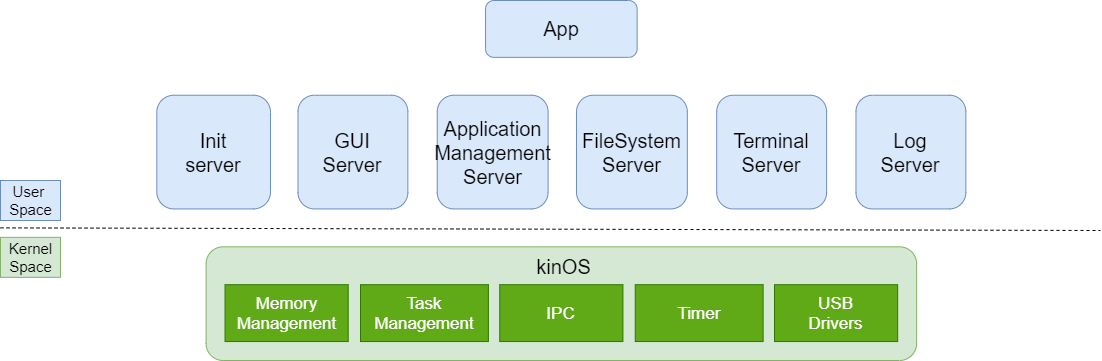
Above: content/posts/20211231/kinosarchit.drawio.png in kkinos/kinpokoblog (draw.io), before the change. Source tidied: cells renumbered, new cells last; positions are measured from the earlier drawing's top-left corner, leaving out a move shared by most shapes. The source it was exported from:
```xml
<mxGraphModel>
  <root>
    <mxCell id="0" />
    <mxCell id="1" parent="0" />
    <mxCell id="2" value="&lt;p style=&quot;line-height: 130%&quot;&gt;&lt;br&gt;&lt;/p&gt;" style="rounded=1;whiteSpace=wrap;html=1;fillColor=#d5e8d4;strokeColor=#82b366;" parent="1" vertex="1">
      <mxGeometry x="205.6" y="246.3" width="710.5" height="113.7" as="geometry" />
    </mxCell>
    <mxCell id="3" value="&lt;font style=&quot;font-size: 20px&quot;&gt;kinOS&lt;/font&gt;" style="text;html=1;align=center;verticalAlign=middle;fillColor=none;strokeColor=none;rounded=0;" parent="1" vertex="1">
      <mxGeometry x="527.7" y="255.8" width="70" height="20" as="geometry" />
    </mxCell>
    <mxCell id="4" value="&lt;font style=&quot;font-size: 17px&quot;&gt;Memory&lt;br&gt;Management&lt;/font&gt;" style="rounded=0;whiteSpace=wrap;html=1;fillColor=#60a917;strokeColor=#2D7600;fontColor=#ffffff;" parent="1" vertex="1">
      <mxGeometry x="224.5" y="284.2" width="123.2" height="56.8" as="geometry" />
    </mxCell>
    <mxCell id="5" value="&lt;font style=&quot;font-size: 17px&quot;&gt;Task&lt;br&gt;Management&lt;/font&gt;" style="rounded=0;whiteSpace=wrap;html=1;fillColor=#60a917;strokeColor=#2D7600;fontColor=#ffffff;" parent="1" vertex="1">
      <mxGeometry x="360" y="284.2" width="127.9" height="56.8" as="geometry" />
    </mxCell>
    <mxCell id="6" value="&lt;font style=&quot;font-size: 17px&quot;&gt;IPC&lt;/font&gt;" style="rounded=0;whiteSpace=wrap;html=1;fillColor=#60a917;strokeColor=#2D7600;fontColor=#ffffff;" parent="1" vertex="1">
      <mxGeometry x="499.3" y="284.2" width="123.2" height="56.8" as="geometry" />
    </mxCell>
    <mxCell id="7" value="&lt;font style=&quot;font-size: 17px&quot;&gt;USB&lt;br&gt;Drivers&lt;/font&gt;" style="rounded=0;whiteSpace=wrap;html=1;fillColor=#60a917;strokeColor=#2D7600;fontColor=#ffffff;" parent="1" vertex="1">
      <mxGeometry x="774" y="284.2" width="123.2" height="56.8" as="geometry" />
    </mxCell>
    <mxCell id="8" value="&lt;font style=&quot;font-size: 17px&quot;&gt;Timer&lt;/font&gt;" style="rounded=0;whiteSpace=wrap;html=1;fillColor=#60a917;strokeColor=#2D7600;fontColor=#ffffff;" parent="1" vertex="1">
      <mxGeometry x="634.7" y="284.2" width="127.9" height="56.8" as="geometry" />
    </mxCell>
    <mxCell id="9" style="endArrow=none;dashed=1;html=1;" parent="1" edge="1">
      <mxGeometry x="90" y="550" as="geometry">
        <mxPoint y="227.4" as="sourcePoint" />
        <mxPoint x="1100" y="230" as="targetPoint" />
      </mxGeometry>
    </mxCell>
    <mxCell id="10" value="&lt;font style=&quot;font-size: 15px&quot;&gt;Kernel&lt;br&gt;Space&lt;/font&gt;" style="text;html=1;align=center;verticalAlign=middle;strokeColor=#82b366;fillColor=#d5e8d4;" parent="1" vertex="1">
      <mxGeometry y="236.8" width="60" height="40" as="geometry" />
    </mxCell>
    <mxCell id="11" value="&lt;span style=&quot;font-size: 15px&quot;&gt;User &lt;br&gt;Space&lt;/span&gt;" style="text;html=1;align=center;verticalAlign=middle;strokeColor=#6c8ebf;fillColor=#dae8fc;" parent="1" vertex="1">
      <mxGeometry y="180" width="60" height="40" as="geometry" />
    </mxCell>
    <mxCell id="12" value="&lt;font style=&quot;font-size: 20px&quot;&gt;Init&lt;br&gt;server&lt;/font&gt;" style="rounded=1;whiteSpace=wrap;html=1;fillColor=#dae8fc;strokeColor=#6c8ebf;" parent="1" vertex="1">
      <mxGeometry x="156.3" y="94.7" width="113.7" height="113.7" as="geometry" />
    </mxCell>
    <mxCell id="13" value="&lt;font style=&quot;font-size: 20px&quot;&gt;FileSystem&lt;br&gt;Server&lt;/font&gt;" style="rounded=1;whiteSpace=wrap;html=1;fillColor=#dae8fc;strokeColor=#6c8ebf;" parent="1" vertex="1">
      <mxGeometry x="576" y="94.7" width="110.8" height="113.7" as="geometry" />
    </mxCell>
    <mxCell id="14" value="&lt;font style=&quot;font-size: 20px&quot;&gt;Application&lt;br&gt;Management&lt;br&gt;Server&lt;/font&gt;" style="rounded=1;whiteSpace=wrap;html=1;fillColor=#dae8fc;strokeColor=#6c8ebf;" parent="1" vertex="1">
      <mxGeometry x="436.7" y="94.7" width="110.8" height="113.7" as="geometry" />
    </mxCell>
    <mxCell id="15" value="&lt;span style=&quot;font-size: 20px&quot;&gt;Terminal&lt;br&gt;Server&lt;br&gt;&lt;/span&gt;" style="rounded=1;whiteSpace=wrap;html=1;fillColor=#dae8fc;strokeColor=#6c8ebf;" parent="1" vertex="1">
      <mxGeometry x="716.2" y="94.7" width="109.9" height="113.7" as="geometry" />
    </mxCell>
    <mxCell id="16" value="&lt;span style=&quot;font-size: 20px&quot;&gt;Log&lt;br&gt;Server&lt;br&gt;&lt;/span&gt;" style="rounded=1;whiteSpace=wrap;html=1;fillColor=#dae8fc;strokeColor=#6c8ebf;" parent="1" vertex="1">
      <mxGeometry x="855.5" y="94.7" width="109.9" height="113.7" as="geometry" />
    </mxCell>
    <mxCell id="17" value="&lt;span style=&quot;font-size: 20px&quot;&gt;GUI&lt;br&gt;Server&lt;br&gt;&lt;/span&gt;" style="rounded=1;whiteSpace=wrap;html=1;fillColor=#dae8fc;strokeColor=#6c8ebf;" parent="1" vertex="1">
      <mxGeometry x="297.5" y="94.7" width="109.9" height="113.7" as="geometry" />
    </mxCell>
    <mxCell id="18" value="&lt;span style=&quot;font-size: 20px&quot;&gt;App&lt;/span&gt;" style="rounded=1;whiteSpace=wrap;html=1;fillColor=#dae8fc;strokeColor=#6c8ebf;" parent="1" vertex="1">
      <mxGeometry x="485.1" width="151.6" height="56.8" as="geometry" />
    </mxCell>
  </root>
</mxGraphModel>
```
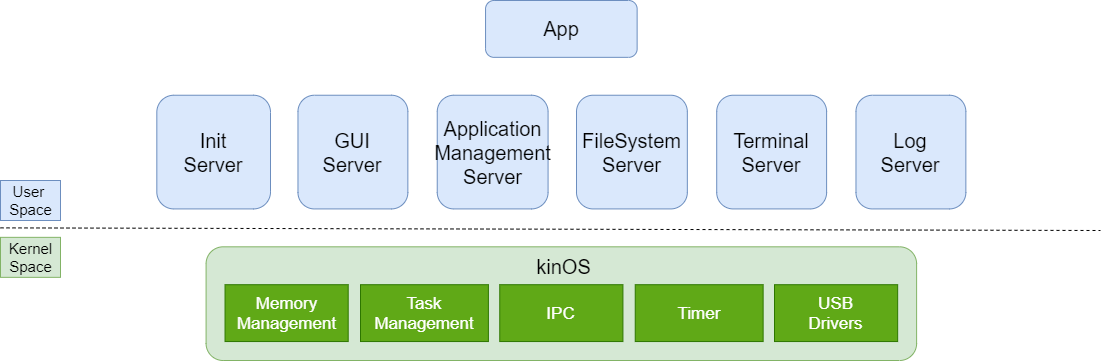
After the commit.

The edit, as a diff of the source:
```diff
@@ -35,7 +35,7 @@
     <mxCell id="11" value="&lt;span style=&quot;font-size: 15px&quot;&gt;User &lt;br&gt;Space&lt;/span&gt;" style="text;html=1;align=center;verticalAlign=middle;strokeColor=#6c8ebf;fillColor=#dae8fc;" parent="1" vertex="1">
       <mxGeometry y="180" width="60" height="40" as="geometry" />
     </mxCell>
-    <mxCell id="12" value="&lt;font style=&quot;font-size: 20px&quot;&gt;Init&lt;br&gt;server&lt;/font&gt;" style="rounded=1;whiteSpace=wrap;html=1;fillColor=#dae8fc;strokeColor=#6c8ebf;" parent="1" vertex="1">
+    <mxCell id="12" value="&lt;font style=&quot;font-size: 20px&quot;&gt;Init&lt;br&gt;Server&lt;/font&gt;" style="rounded=1;whiteSpace=wrap;html=1;fillColor=#dae8fc;strokeColor=#6c8ebf;" parent="1" vertex="1">
       <mxGeometry x="156.3" y="94.7" width="113.7" height="113.7" as="geometry" />
     </mxCell>
     <mxCell id="13" value="&lt;font style=&quot;font-size: 20px&quot;&gt;FileSystem&lt;br&gt;Server&lt;/font&gt;" style="rounded=1;whiteSpace=wrap;html=1;fillColor=#dae8fc;strokeColor=#6c8ebf;" parent="1" vertex="1">
```
